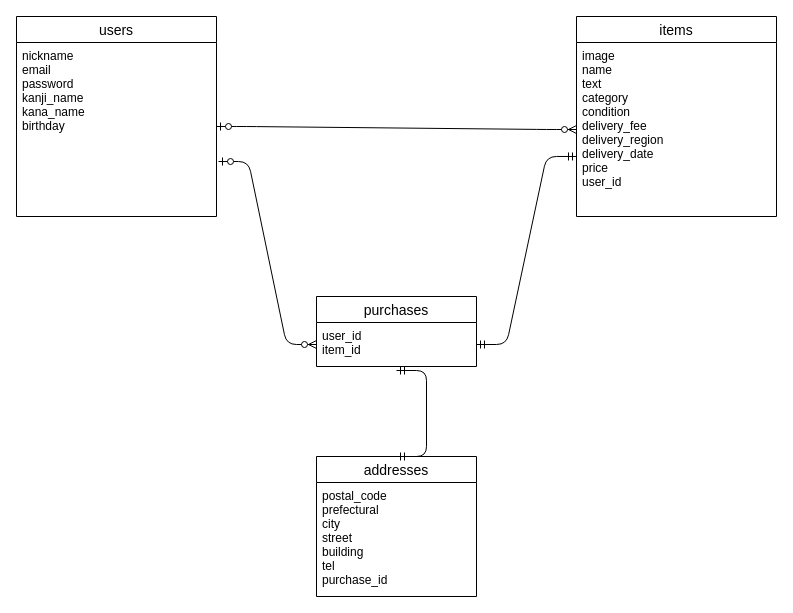
The draw.io diagram furima.dio in numan2023/furima-39922, before the edit. Source tidied: cells renumbered, new cells numbered last; positions are measured from the earlier drawing's top-left corner, leaving out a move shared by most shapes. Both pictures are drawn from the tidied source at 100%, with x=0, y=0 at pixel (16, 16).
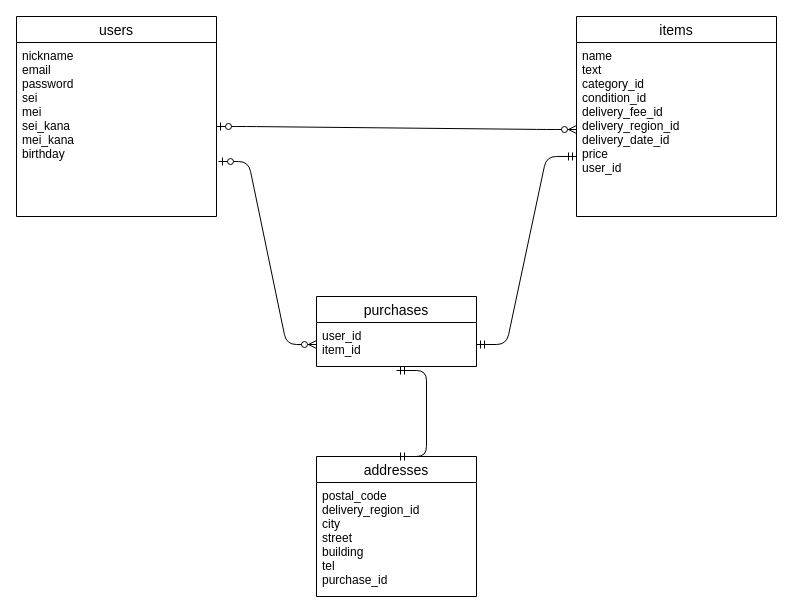
After the change.

Commit message (it also covers changes not shown here):
データベース設計 修正#1

Change to the diagram source:
```diff
@@
 <mxGraphModel>
   <root>
     <mxCell id="0" />
     <mxCell id="1" parent="0" />
     <mxCell id="2" value="users" style="swimlane;fontStyle=0;horizontal=1;startSize=26;align=center;fontSize=14;" parent="1" vertex="1">
       <mxGeometry width="200" height="200" as="geometry" />
     </mxCell>
-    <mxCell id="3" value="nickname&#10;email&#10;password&#10;kanji_name&#10;kana_name&#10;birthday" style="text;strokeColor=none;fillColor=none;spacingLeft=4;spacingRight=4;overflow=hidden;points=[[0,0.5],[1,0.5]];portConstraint=eastwest;fontSize=12;" parent="2" vertex="1">
+    <mxCell id="3" value="nickname&#10;email&#10;password&#10;sei&#10;mei&#10;sei_kana&#10;mei_kana&#10;birthday" style="text;strokeColor=none;fillColor=none;spacingLeft=4;spacingRight=4;overflow=hidden;points=[[0,0.5],[1,0.5]];portConstraint=eastwest;fontSize=12;" parent="2" vertex="1">
       <mxGeometry y="26" width="200" height="174" as="geometry" />
     </mxCell>
     <mxCell id="4" value="items" style="swimlane;fontStyle=0;horizontal=1;startSize=26;align=center;fontSize=14;" parent="1" vertex="1">
       <mxGeometry x="560" width="200" height="200" as="geometry" />
     </mxCell>
-    <mxCell id="5" value="image&#10;name&#10;text&#10;category&#10;condition&#10;delivery_fee&#10;delivery_region&#10;delivery_date&#10;price&#10;user_id&#10;" style="text;strokeColor=none;fillColor=none;spacingLeft=4;spacingRight=4;overflow=hidden;points=[[0,0.5],[1,0.5]];portConstraint=eastwest;fontSize=12;" parent="4" vertex="1">
+    <mxCell id="5" value="name&#10;text&#10;category_id&#10;condition_id&#10;delivery_fee_id&#10;delivery_region_id&#10;delivery_date_id&#10;price&#10;user_id&#10;" style="text;strokeColor=none;fillColor=none;spacingLeft=4;spacingRight=4;overflow=hidden;points=[[0,0.5],[1,0.5]];portConstraint=eastwest;fontSize=12;" parent="4" vertex="1">
       <mxGeometry y="26" width="200" height="174" as="geometry" />
     </mxCell>
     <mxCell id="6" value="purchases" style="swimlane;fontStyle=0;horizontal=1;startSize=26;align=center;fontSize=14;" parent="1" vertex="1">
       <mxGeometry x="300" y="280" width="160" height="70" as="geometry" />
     </mxCell>
     <mxCell id="7" value="user_id&#10;item_id" style="text;strokeColor=none;fillColor=none;spacingLeft=4;spacingRight=4;overflow=hidden;points=[[0,0.5],[1,0.5]];portConstraint=eastwest;fontSize=12;" parent="6" vertex="1">
       <mxGeometry y="26" width="160" height="44" as="geometry" />
     </mxCell>
     <mxCell id="8" value="addresses" style="swimlane;fontStyle=0;horizontal=1;startSize=26;align=center;fontSize=14;" parent="1" vertex="1">
       <mxGeometry x="300" y="440" width="160" height="140" as="geometry" />
     </mxCell>
-    <mxCell id="9" value="postal_code&#10;prefectural&#10;city&#10;street&#10;building&#10;tel&#10;purchase_id" style="text;strokeColor=none;fillColor=none;spacingLeft=4;spacingRight=4;overflow=hidden;fontSize=12;" parent="8" vertex="1">
+    <mxCell id="9" value="postal_code&#10;delivery_region_id&#10;city&#10;street&#10;building&#10;tel&#10;purchase_id" style="text;strokeColor=none;fillColor=none;spacingLeft=4;spacingRight=4;overflow=hidden;fontSize=12;" parent="8" vertex="1">
       <mxGeometry y="26" width="160" height="114" as="geometry" />
     </mxCell>
     <mxCell id="10" style="edgeStyle=entityRelationEdgeStyle;fontSize=12;html=1;endArrow=ERzeroToMany;startArrow=ERzeroToOne;entryX=0;entryY=0.5;entryDx=0;entryDy=0;" parent="1" edge="1" target="5">
       <mxGeometry relative="1" as="geometry">
         <mxPoint x="200" y="110" as="sourcePoint" />
       </mxGeometry>
     </mxCell>
     <mxCell id="11" style="edgeStyle=entityRelationEdgeStyle;fontSize=12;html=1;endArrow=ERzeroToMany;startArrow=ERzeroToOne;entryX=0;entryY=0.5;entryDx=0;entryDy=0;exitX=1.01;exitY=0.684;exitDx=0;exitDy=0;exitPerimeter=0;" parent="1" edge="1" source="3" target="7">
       <mxGeometry relative="1" as="geometry" />
     </mxCell>
     <mxCell id="12" style="edgeStyle=entityRelationEdgeStyle;fontSize=12;html=1;endArrow=ERmandOne;startArrow=ERmandOne;exitX=1;exitY=0.5;exitDx=0;exitDy=0;entryX=0;entryY=0.655;entryDx=0;entryDy=0;entryPerimeter=0;" parent="1" edge="1" source="7" target="5">
       <mxGeometry relative="1" as="geometry" />
     </mxCell>
     <mxCell id="13" style="edgeStyle=entityRelationEdgeStyle;fontSize=12;html=1;endArrow=ERmandOne;startArrow=ERmandOne;exitX=0.5;exitY=0;exitDx=0;exitDy=0;entryX=0.5;entryY=1.091;entryDx=0;entryDy=0;entryPerimeter=0;" parent="1" edge="1" source="8" target="7">
       <mxGeometry relative="1" as="geometry" />
     </mxCell>
   </root>
 </mxGraphModel>
```
